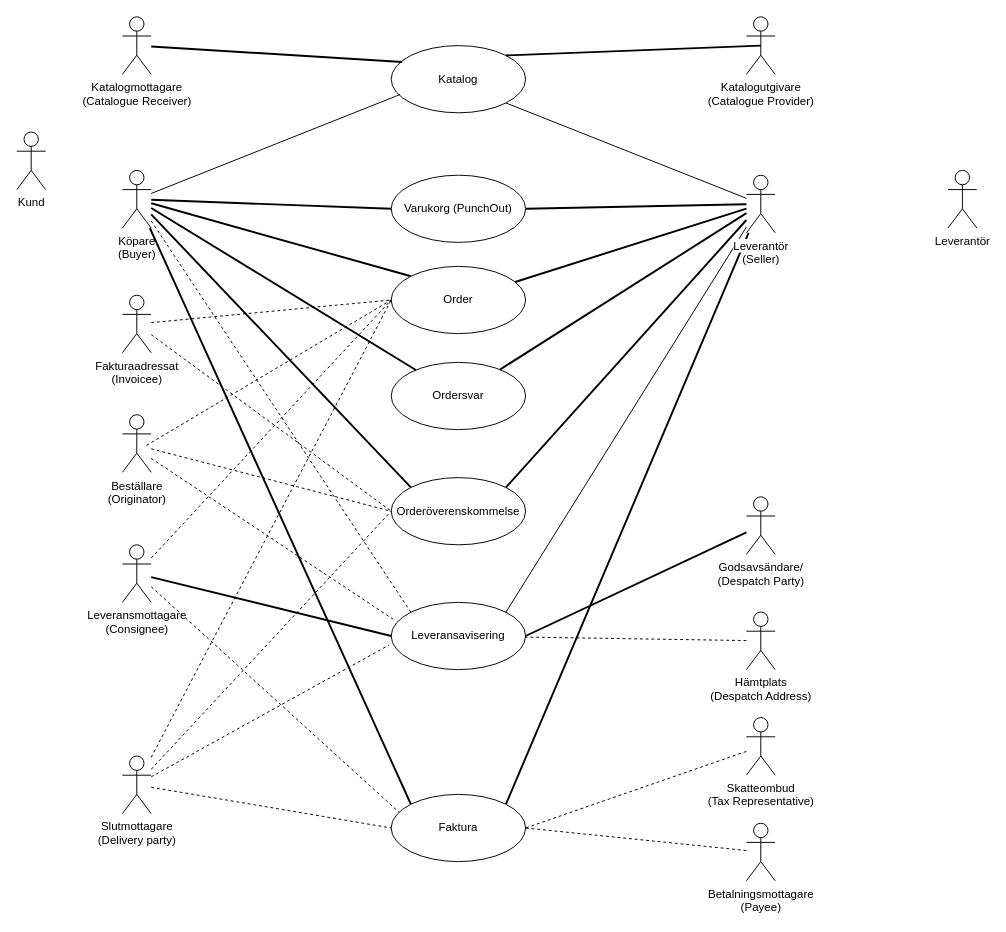
SingleFaceToIndustry/sfti-diagrams keeps this draw.io diagram as teknisk-handledning/SFTI_tekn_handledning.drawio. Above is the earlier version. Source tidied: cells renumbered, new cells numbered last; positions are measured from the earlier drawing's top-left corner, leaving out a move shared by most shapes. Both pictures are drawn from the tidied source at 96%, with x=0, y=0 at pixel (16, 16).
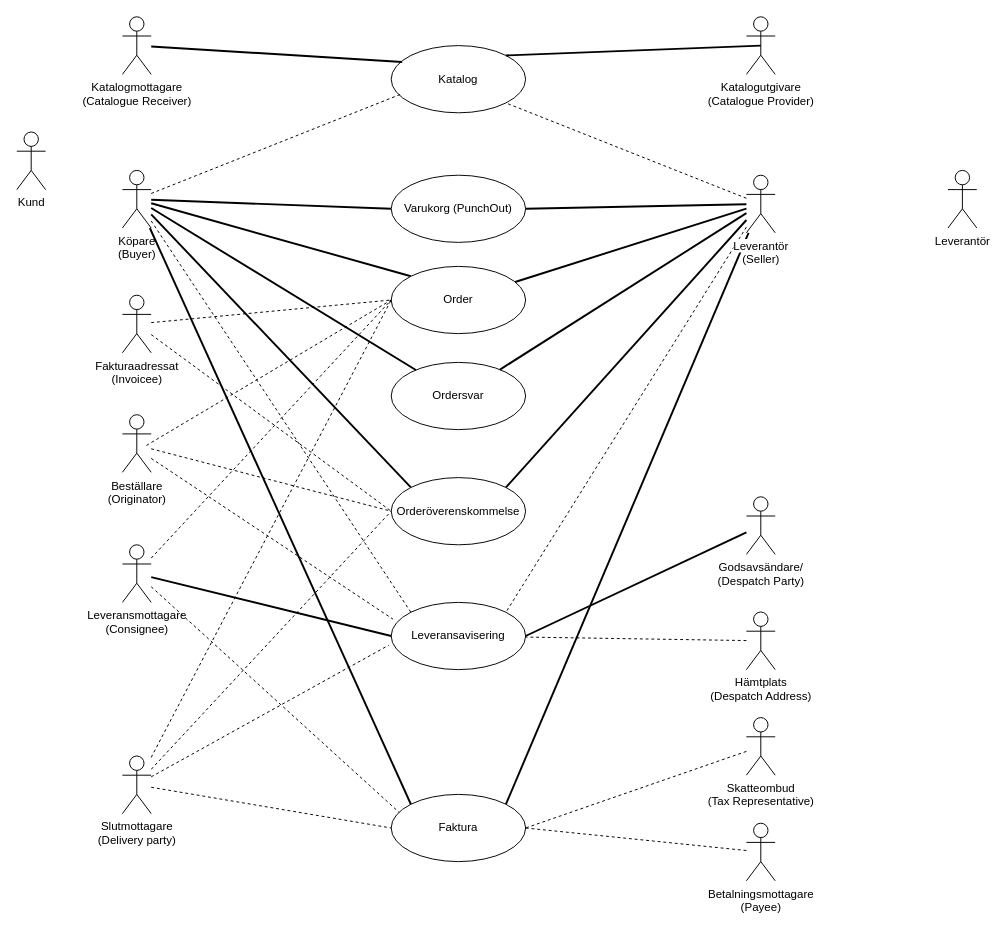
The same diagram, later.

The change refers to these unchanged cells:
```xml
<mxCell id="7" value="Köpare&lt;br&gt;(Buyer)" style="shape=umlActor;verticalLabelPosition=bottom;verticalAlign=top;html=1;" parent="1" vertex="1">
  <mxGeometry x="110" y="160" width="30" height="60" as="geometry" />
</mxCell>
<mxCell id="8" value="Katalog" style="ellipse;whiteSpace=wrap;html=1;" parent="1" vertex="1">
  <mxGeometry x="390" y="30" width="140" height="70" as="geometry" />
</mxCell>
<mxCell id="12" value="Leveransavisering" style="ellipse;whiteSpace=wrap;html=1;" parent="1" vertex="1">
  <mxGeometry x="390" y="610" width="140" height="70" as="geometry" />
</mxCell>
<mxCell id="20" value="&lt;span style=&quot;background-color: light-dark(#ffffff, var(--ge-dark-color, #121212));&quot;&gt;Leverantör&lt;br&gt;(Seller)&lt;/span&gt;" style="shape=umlActor;verticalLabelPosition=bottom;verticalAlign=top;html=1;" parent="1" vertex="1">
  <mxGeometry x="760" y="165" width="30" height="60" as="geometry" />
</mxCell>
```

The edit, as a diff of the source:
```diff
@@
-    <mxCell id="14" style="edgeStyle=none;shape=connector;rounded=0;jettySize=auto;html=1;entryX=1;entryY=1;entryDx=0;entryDy=0;strokeColor=default;align=center;verticalAlign=middle;fontFamily=Helvetica;fontSize=11;fontColor=default;labelBackgroundColor=default;endArrow=none;endFill=0;" parent="1" edge="1" source="20" target="8">
+    <mxCell id="14" style="edgeStyle=none;shape=connector;rounded=0;jettySize=auto;html=1;entryX=1;entryY=1;entryDx=0;entryDy=0;strokeColor=default;align=center;verticalAlign=middle;fontFamily=Helvetica;fontSize=11;fontColor=default;labelBackgroundColor=default;endArrow=none;endFill=0;dashed=1;" parent="1" edge="1" source="20" target="8">
       <mxGeometry relative="1" as="geometry" />
     </mxCell>
@@
-    <mxCell id="18" style="edgeStyle=none;shape=connector;rounded=0;jettySize=auto;html=1;entryX=1;entryY=0;entryDx=0;entryDy=0;strokeColor=default;align=center;verticalAlign=middle;fontFamily=Helvetica;fontSize=11;fontColor=default;labelBackgroundColor=default;endArrow=none;endFill=0;" parent="1" edge="1" source="20" target="12">
+    <mxCell id="18" style="edgeStyle=none;shape=connector;rounded=0;jettySize=auto;html=1;entryX=1;entryY=0;entryDx=0;entryDy=0;strokeColor=default;align=center;verticalAlign=middle;fontFamily=Helvetica;fontSize=11;fontColor=default;labelBackgroundColor=default;endArrow=none;endFill=0;dashed=1;" parent="1" edge="1" source="20" target="12">
       <mxGeometry relative="1" as="geometry" />
     </mxCell>
@@
-    <mxCell id="32" style="edgeStyle=none;shape=connector;rounded=0;jettySize=auto;html=1;entryX=0.066;entryY=0.728;entryDx=0;entryDy=0;entryPerimeter=0;strokeColor=default;align=center;verticalAlign=middle;fontFamily=Helvetica;fontSize=11;fontColor=default;labelBackgroundColor=default;endArrow=none;endFill=0;" parent="1" edge="1" source="7" target="8">
+    <mxCell id="32" style="edgeStyle=none;shape=connector;rounded=0;jettySize=auto;html=1;entryX=0.066;entryY=0.728;entryDx=0;entryDy=0;entryPerimeter=0;strokeColor=default;align=center;verticalAlign=middle;fontFamily=Helvetica;fontSize=11;fontColor=default;labelBackgroundColor=default;endArrow=none;endFill=0;dashed=1;" parent="1" edge="1" source="7" target="8">
       <mxGeometry relative="1" as="geometry" />
     </mxCell>
```
